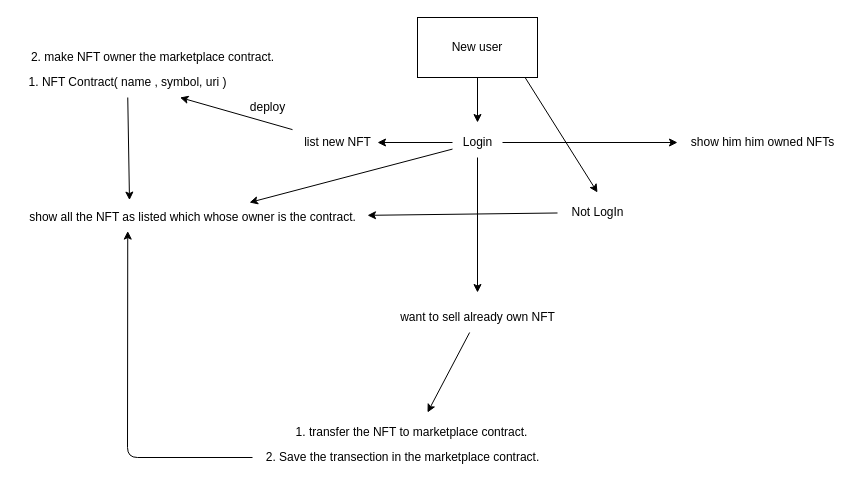
Before: projectPlanning.drawio in aamir-067/NFT-Marketplace, a draw.io diagram. Source tidied: cells renumbered, new cells numbered last; positions are measured from the earlier drawing's top-left corner, leaving out a move shared by most shapes. Both pictures are drawn from the tidied source at 100%, with x=0, y=0 at pixel (17, 17).
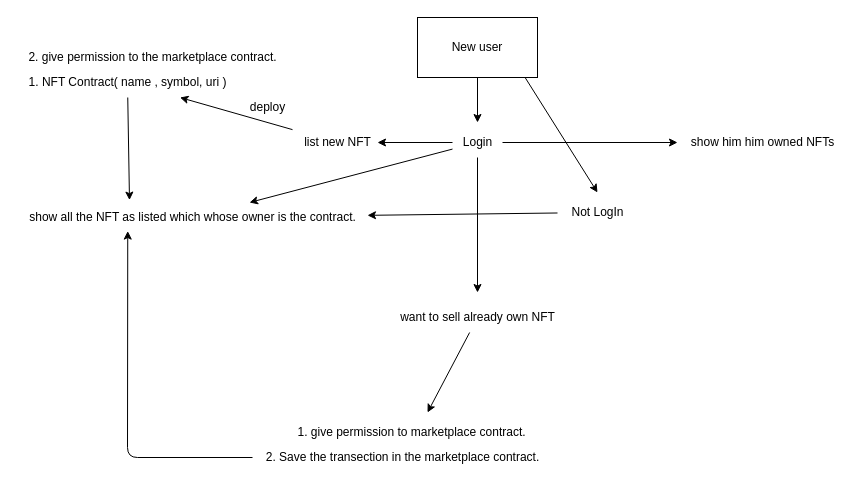
The same page after the edit.

Commit message (it also covers changes not shown here):
complete working of marketplace contract from scratch

Unchanged cells that the change refers to:
```xml
<mxCell id="19" style="group;" parent="1" vertex="1">
  <mxGeometry x="235" y="400" width="300" height="55" as="geometry" />
</mxCell>
```

The edit, as a diff of the source:
```diff
@@
-    <mxCell id="15" value="2. make NFT owner the marketplace contract." style="text;html=1;align=center;verticalAlign=middle;strokeColor=none;fillColor=none;" parent="1" vertex="1">
+    <mxCell id="15" value="2. give permission to the marketplace contract." style="text;html=1;align=center;verticalAlign=middle;strokeColor=none;fillColor=none;" parent="1" vertex="1">
       <mxGeometry y="25" width="270" height="30" as="geometry" />
     </mxCell>
@@
-    <mxCell id="20" value="1. transfer the NFT to marketplace contract." style="text;html=1;align=center;verticalAlign=middle;strokeColor=none;fillColor=none;" parent="19" vertex="1">
-      <mxGeometry x="29" width="260" height="30" as="geometry" />
+    <mxCell id="20" value="1. give permission to marketplace contract." style="text;html=1;align=center;verticalAlign=middle;strokeColor=none;fillColor=none;" parent="19" vertex="1">
+      <mxGeometry x="34" width="250" height="30" as="geometry" />
     </mxCell>
```
